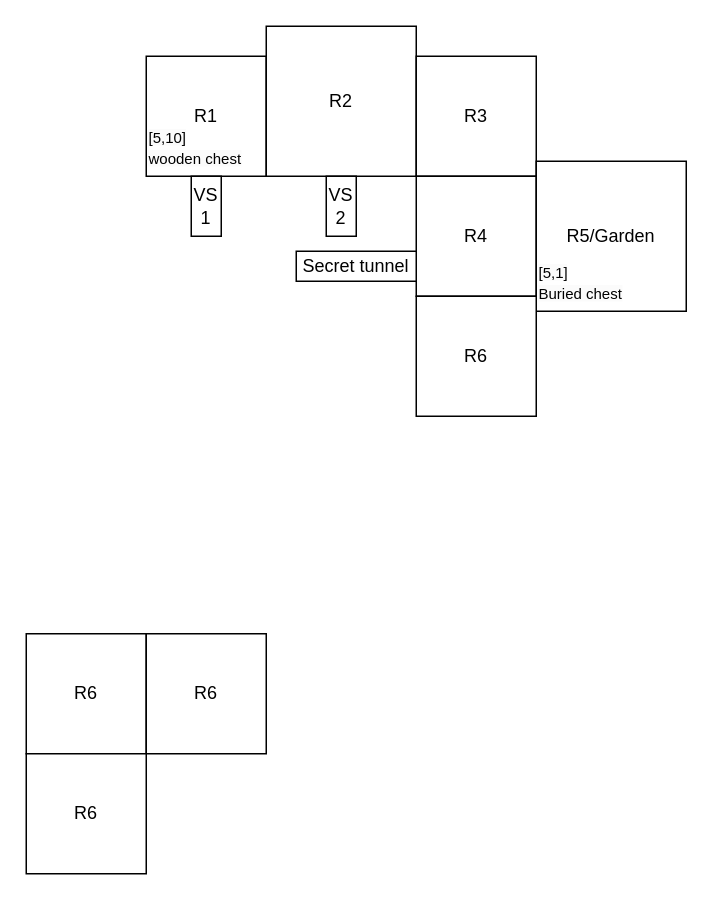
Before: Survive/Documentation/HouseMap.drawio in Otasmacour/Survive, a draw.io diagram. Source tidied: cells renumbered, new cells numbered last; positions are measured from the earlier drawing's top-left corner, leaving out a move shared by most shapes. Both pictures are drawn from the tidied source at 150%, with x=0, y=0 at pixel (26, 26).
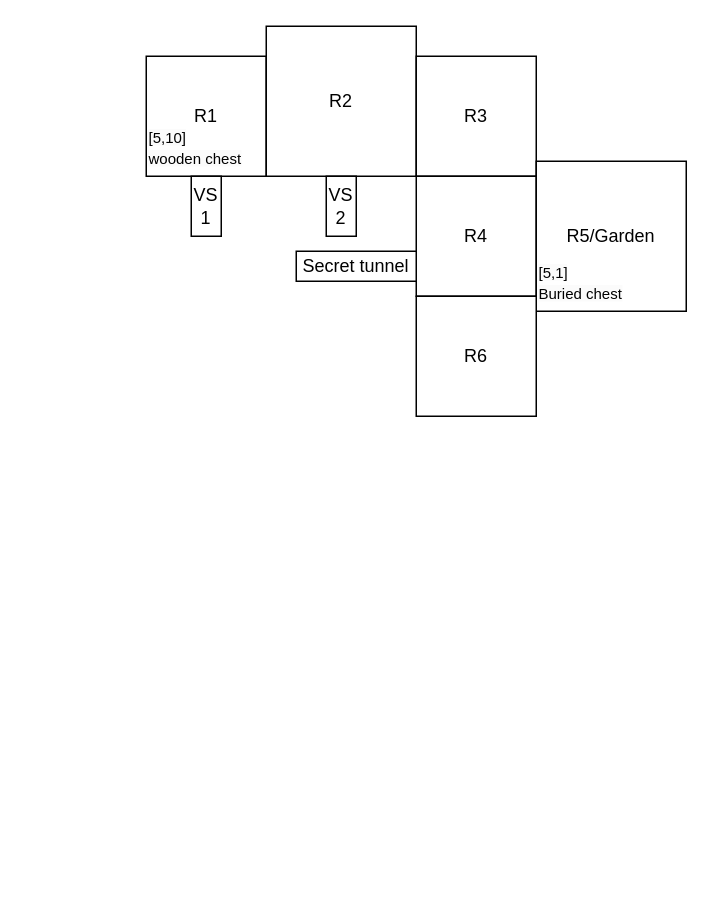
Above is the later version.

The edit, as a diff of the source:
```diff
@@
 <mxGraphModel>
   <root>
     <mxCell id="0" />
     <mxCell id="1" parent="0" />
     <mxCell id="2" value="R1" style="whiteSpace=wrap;html=1;" parent="1" vertex="1">
       <mxGeometry x="80" y="20" width="80" height="80" as="geometry" />
     </mxCell>
     <mxCell id="3" value="R2" style="whiteSpace=wrap;html=1;" parent="1" vertex="1">
       <mxGeometry x="160" width="100" height="100" as="geometry" />
     </mxCell>
     <mxCell id="4" value="R3" style="whiteSpace=wrap;html=1;" parent="1" vertex="1">
       <mxGeometry x="260" y="20" width="80" height="80" as="geometry" />
     </mxCell>
     <mxCell id="5" value="R4" style="whiteSpace=wrap;html=1;" parent="1" vertex="1">
       <mxGeometry x="260" y="100" width="80" height="80" as="geometry" />
     </mxCell>
     <mxCell id="6" value="R5/Garden" style="whiteSpace=wrap;html=1;" parent="1" vertex="1">
       <mxGeometry x="340" y="90" width="100" height="100" as="geometry" />
     </mxCell>
     <mxCell id="7" value="R6" style="whiteSpace=wrap;html=1;" parent="1" vertex="1">
       <mxGeometry x="260" y="180" width="80" height="80" as="geometry" />
     </mxCell>
     <mxCell id="8" value="VS&lt;br&gt;2" style="rounded=0;whiteSpace=wrap;html=1;" parent="1" vertex="1">
       <mxGeometry x="200" y="100" width="20" height="40" as="geometry" />
     </mxCell>
     <mxCell id="9" value="VS&lt;br&gt;1" style="rounded=0;whiteSpace=wrap;html=1;" parent="1" vertex="1">
       <mxGeometry x="110" y="100" width="20" height="40" as="geometry" />
     </mxCell>
     <mxCell id="10" value="Secret tunnel" style="rounded=0;whiteSpace=wrap;html=1;" parent="1" vertex="1">
       <mxGeometry x="180" y="150" width="80" height="20" as="geometry" />
     </mxCell>
     <mxCell id="11" value="&lt;span style=&quot;color: rgb(0, 0, 0); font-family: Helvetica; font-size: 10px; font-style: normal; font-variant-ligatures: normal; font-variant-caps: normal; font-weight: 400; letter-spacing: normal; orphans: 2; text-align: center; text-indent: 0px; text-transform: none; widows: 2; word-spacing: 0px; -webkit-text-stroke-width: 0px; background-color: rgb(251, 251, 251); text-decoration-thickness: initial; text-decoration-style: initial; text-decoration-color: initial; float: none; display: inline !important;&quot;&gt;[5,1]&lt;/span&gt;&lt;br style=&quot;border-color: var(--border-color); color: rgb(0, 0, 0); font-family: Helvetica; font-size: 10px; font-style: normal; font-variant-ligatures: normal; font-variant-caps: normal; font-weight: 400; letter-spacing: normal; orphans: 2; text-align: center; text-indent: 0px; text-transform: none; widows: 2; word-spacing: 0px; -webkit-text-stroke-width: 0px; background-color: rgb(251, 251, 251); text-decoration-thickness: initial; text-decoration-style: initial; text-decoration-color: initial;&quot;&gt;&lt;span style=&quot;color: rgb(0, 0, 0); font-family: Helvetica; font-size: 10px; font-style: normal; font-variant-ligatures: normal; font-variant-caps: normal; font-weight: 400; letter-spacing: normal; orphans: 2; text-align: center; text-indent: 0px; text-transform: none; widows: 2; word-spacing: 0px; -webkit-text-stroke-width: 0px; background-color: rgb(251, 251, 251); text-decoration-thickness: initial; text-decoration-style: initial; text-decoration-color: initial; float: none; display: inline !important;&quot;&gt;Buried chest&lt;/span&gt;" style="text;whiteSpace=wrap;html=1;" parent="1" vertex="1">
       <mxGeometry x="340" y="150" width="100" height="50" as="geometry" />
     </mxCell>
     <mxCell id="12" value="&lt;span style=&quot;color: rgb(0, 0, 0); font-family: Helvetica; font-size: 10px; font-style: normal; font-variant-ligatures: normal; font-variant-caps: normal; font-weight: 400; letter-spacing: normal; orphans: 2; text-align: center; text-indent: 0px; text-transform: none; widows: 2; word-spacing: 0px; -webkit-text-stroke-width: 0px; background-color: rgb(251, 251, 251); text-decoration-thickness: initial; text-decoration-style: initial; text-decoration-color: initial; float: none; display: inline !important;&quot;&gt;[5,10]&lt;/span&gt;&lt;br style=&quot;border-color: var(--border-color); color: rgb(0, 0, 0); font-family: Helvetica; font-size: 10px; font-style: normal; font-variant-ligatures: normal; font-variant-caps: normal; font-weight: 400; letter-spacing: normal; orphans: 2; text-align: center; text-indent: 0px; text-transform: none; widows: 2; word-spacing: 0px; -webkit-text-stroke-width: 0px; background-color: rgb(251, 251, 251); text-decoration-thickness: initial; text-decoration-style: initial; text-decoration-color: initial;&quot;&gt;&lt;span style=&quot;color: rgb(0, 0, 0); font-family: Helvetica; font-size: 10px; font-style: normal; font-variant-ligatures: normal; font-variant-caps: normal; font-weight: 400; letter-spacing: normal; orphans: 2; text-align: center; text-indent: 0px; text-transform: none; widows: 2; word-spacing: 0px; -webkit-text-stroke-width: 0px; background-color: rgb(251, 251, 251); text-decoration-thickness: initial; text-decoration-style: initial; text-decoration-color: initial; float: none; display: inline !important;&quot;&gt;wooden chest&lt;/span&gt;" style="text;whiteSpace=wrap;html=1;" parent="1" vertex="1">
       <mxGeometry x="80" y="60" width="100" height="50" as="geometry" />
     </mxCell>
-    <mxCell id="13" value="R6" style="whiteSpace=wrap;html=1;" parent="1" vertex="1">
-      <mxGeometry y="405" width="80" height="80" as="geometry" />
-    </mxCell>
-    <mxCell id="14" value="R6" style="whiteSpace=wrap;html=1;" parent="1" vertex="1">
-      <mxGeometry x="80" y="405" width="80" height="80" as="geometry" />
-    </mxCell>
-    <mxCell id="15" value="R6" style="whiteSpace=wrap;html=1;" parent="1" vertex="1">
-      <mxGeometry y="485" width="80" height="80" as="geometry" />
-    </mxCell>
   </root>
 </mxGraphModel>
```
